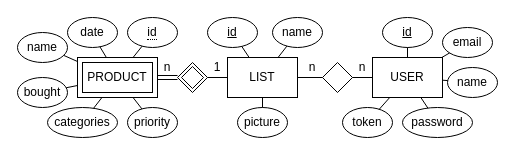
Above: diagrams/er.drawio in tomascarvalho7/ipm-group14-2324 (draw.io), before the change. Source tidied: cells renumbered, new cells numbered last; positions are measured from the earlier drawing's top-left corner, leaving out a move shared by most shapes. Both pictures are drawn from the tidied source at 100%, with x=0, y=0 at pixel (17, 17).
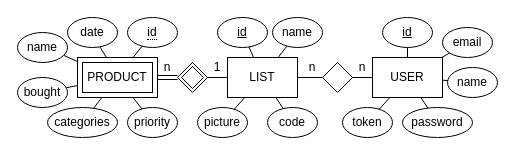
The same page after the edit.

Unchanged cells that the change refers to:
```xml
<mxCell id="3" value="LIST" style="rounded=0;whiteSpace=wrap;html=1;" parent="1" vertex="1">
  <mxGeometry x="210" y="40" width="70" height="40" as="geometry" />
</mxCell>
```

What changed in the source:
```diff
@@
     <mxCell id="19" value="&lt;u&gt;id&lt;/u&gt;" style="ellipse;whiteSpace=wrap;html=1;" parent="1" vertex="1">
-      <mxGeometry x="190" width="50" height="30" as="geometry" />
+      <mxGeometry x="200" width="50" height="30" as="geometry" />
     </mxCell>
@@
     <mxCell id="39" value="&lt;span&gt;picture&lt;/span&gt;" style="ellipse;whiteSpace=wrap;html=1;fontStyle=0;" parent="1" vertex="1">
-      <mxGeometry x="220" y="90" width="50" height="30" as="geometry" />
+      <mxGeometry x="180" y="90" width="50" height="30" as="geometry" />
     </mxCell>
@@
+    <mxCell id="43" value="code" style="ellipse;whiteSpace=wrap;html=1;fontStyle=0;" parent="1" vertex="1">
+      <mxGeometry x="250" y="90" width="50" height="30" as="geometry" />
+    </mxCell>
+    <mxCell id="44" style="endArrow=none;html=1;rounded=0;" parent="1" edge="1" source="3" target="43">
+      <mxGeometry relative="1" as="geometry" />
+    </mxCell>
```
